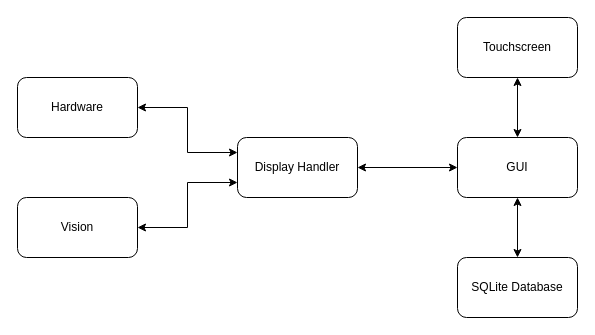
Above: diagrams/display_block_diagram.drawio in Joedahms/expirationTracker (draw.io), before the change. Source tidied: cells renumbered, new cells numbered last; positions are measured from the earlier drawing's top-left corner, leaving out a move shared by most shapes. Both pictures are drawn from the tidied source at 100%, with x=0, y=0 at pixel (17, 17).
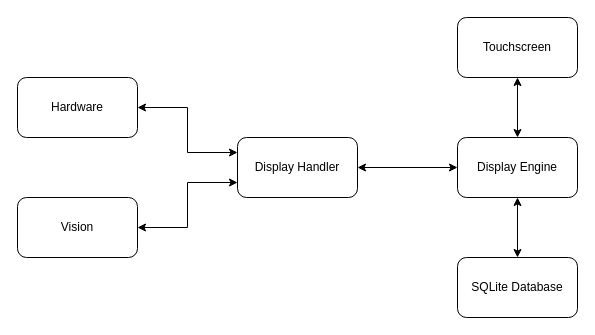
The same diagram, later.

Diff of the diagram source:
```diff
@@
 <mxGraphModel>
   <root>
     <mxCell id="0" />
     <mxCell id="1" parent="0" />
     <mxCell id="2" style="edgeStyle=orthogonalEdgeStyle;rounded=0;jettySize=auto;html=1;exitX=0.5;exitY=1;exitDx=0;exitDy=0;entryX=0.5;entryY=0;entryDx=0;entryDy=0;startArrow=classic;startFill=1;" parent="1" edge="1" source="4" target="11">
       <mxGeometry relative="1" as="geometry" />
     </mxCell>
     <mxCell id="3" style="edgeStyle=orthogonalEdgeStyle;rounded=0;jettySize=auto;html=1;exitX=0.5;exitY=0;exitDx=0;exitDy=0;entryX=0.5;entryY=1;entryDx=0;entryDy=0;startArrow=classic;startFill=1;" parent="1" edge="1" source="4" target="12">
       <mxGeometry relative="1" as="geometry" />
     </mxCell>
-    <mxCell id="4" value="GUI" style="rounded=1;whiteSpace=wrap;html=1;" parent="1" vertex="1">
+    <mxCell id="4" value="Display Engine" style="rounded=1;whiteSpace=wrap;html=1;" parent="1" vertex="1">
       <mxGeometry x="440" y="120" width="120" height="60" as="geometry" />
     </mxCell>
     <mxCell id="5" style="edgeStyle=orthogonalEdgeStyle;rounded=0;jettySize=auto;html=1;exitX=1;exitY=0.5;exitDx=0;exitDy=0;entryX=0;entryY=0.5;entryDx=0;entryDy=0;startArrow=classic;startFill=1;" parent="1" edge="1" source="6" target="4">
       <mxGeometry relative="1" as="geometry" />
     </mxCell>
     <mxCell id="6" value="Display Handler" style="rounded=1;whiteSpace=wrap;html=1;" parent="1" vertex="1">
       <mxGeometry x="220" y="120" width="120" height="60" as="geometry" />
     </mxCell>
     <mxCell id="7" style="edgeStyle=orthogonalEdgeStyle;rounded=0;jettySize=auto;html=1;exitX=1;exitY=0.5;exitDx=0;exitDy=0;entryX=0;entryY=0.25;entryDx=0;entryDy=0;startArrow=classic;startFill=1;" parent="1" edge="1" source="8" target="6">
       <mxGeometry relative="1" as="geometry" />
     </mxCell>
     <mxCell id="8" value="Hardware" style="rounded=1;whiteSpace=wrap;html=1;" parent="1" vertex="1">
       <mxGeometry y="60" width="120" height="60" as="geometry" />
     </mxCell>
     <mxCell id="9" style="edgeStyle=orthogonalEdgeStyle;rounded=0;jettySize=auto;html=1;exitX=1;exitY=0.5;exitDx=0;exitDy=0;entryX=0;entryY=0.75;entryDx=0;entryDy=0;startArrow=classic;startFill=1;" parent="1" edge="1" source="10" target="6">
       <mxGeometry relative="1" as="geometry" />
     </mxCell>
     <mxCell id="10" value="Vision" style="rounded=1;whiteSpace=wrap;html=1;" parent="1" vertex="1">
       <mxGeometry y="180" width="120" height="60" as="geometry" />
     </mxCell>
     <mxCell id="11" value="SQLite Database" style="rounded=1;whiteSpace=wrap;html=1;" parent="1" vertex="1">
       <mxGeometry x="440" y="240" width="120" height="60" as="geometry" />
     </mxCell>
     <mxCell id="12" value="Touchscreen" style="rounded=1;whiteSpace=wrap;html=1;" parent="1" vertex="1">
       <mxGeometry x="440" width="120" height="60" as="geometry" />
     </mxCell>
   </root>
 </mxGraphModel>
```
